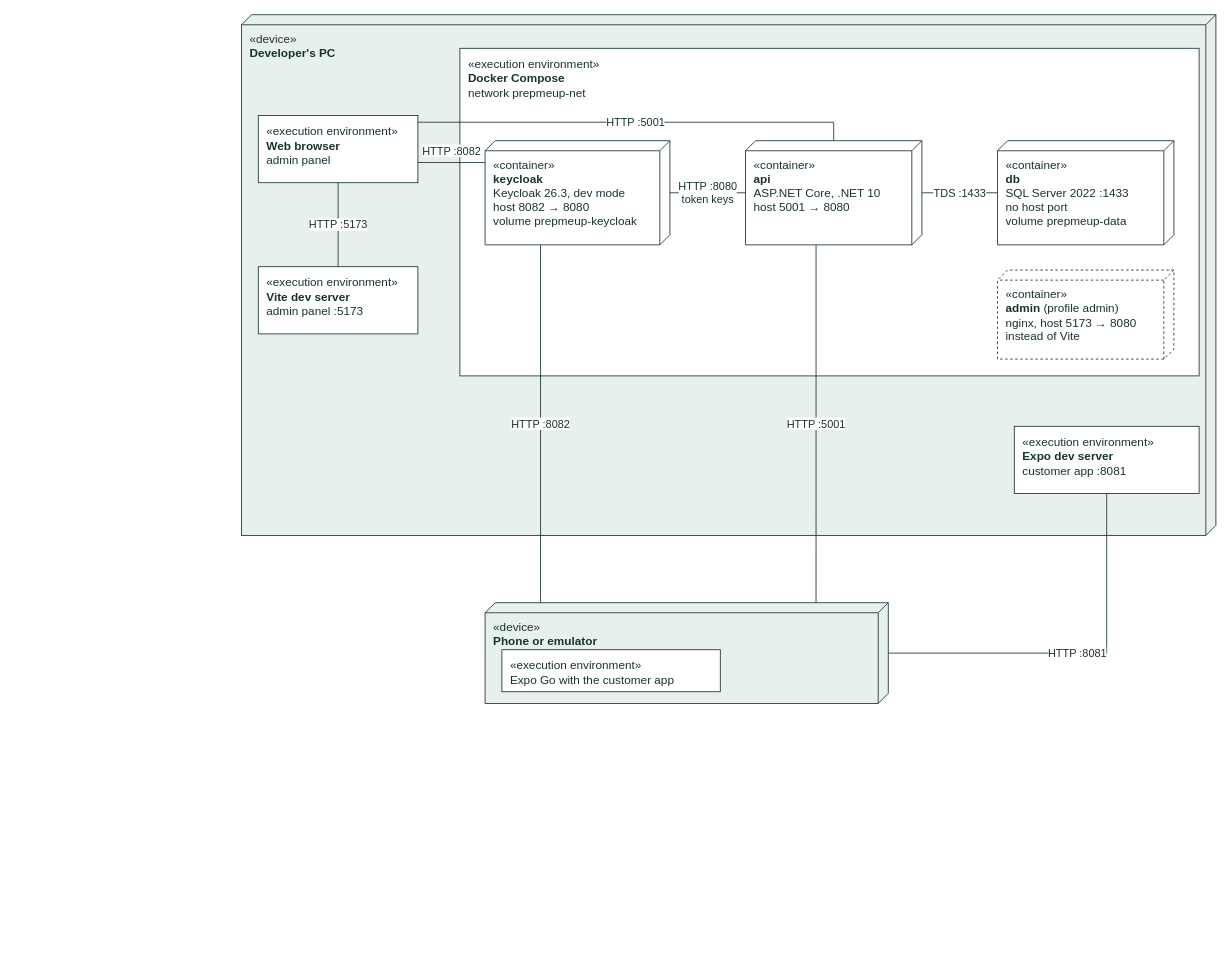
Above: docs/assets/drawio/deployment-local.drawio in Mosekjaer/prepmeup (draw.io), before the change. Source tidied: cells renumbered, new cells numbered last; positions are measured from the earlier drawing's top-left corner, leaving out a move shared by most shapes. Both pictures are drawn from the tidied source at 84%, with x=0, y=0 at pixel (241, 14).
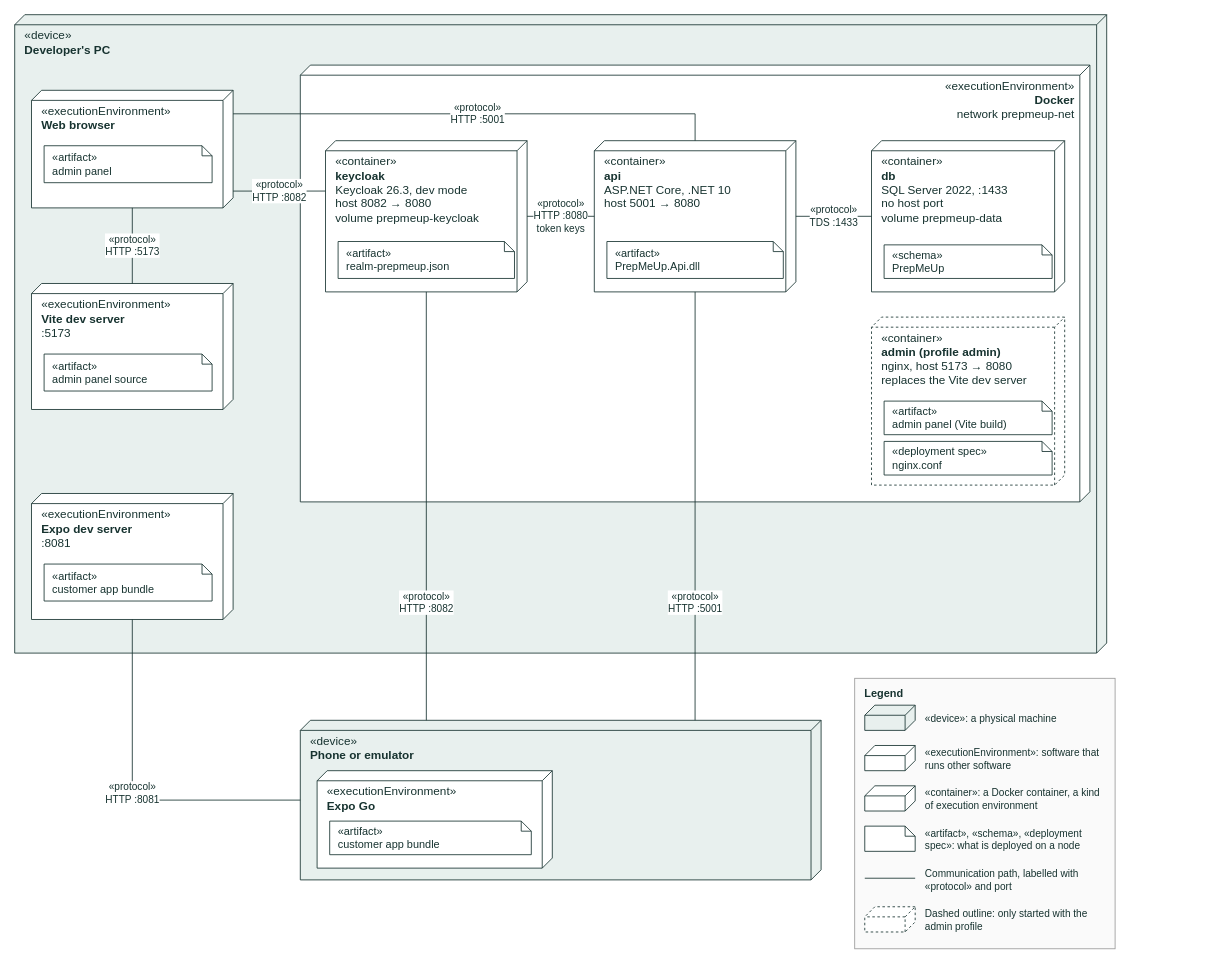
After the change.

Commit message (it also covers changes not shown here):
docs: redraw deployment diagrams in UML notation

Adds a legend, artifacts inside each container, «protocol» on every
communication path and «external service» for Cloudflare and GHCR, as in
the SW4SWD deployment diagram example. Production now shows Full (strict)
between Cloudflare and the Coolify proxy.

Diff of the diagram source:
```diff
@@
-    <mxCell id="2" value="«device»&lt;br&gt;&lt;b&gt;Developer's PC&lt;/b&gt;" style="shape=cube;size=12;flipH=1;whiteSpace=wrap;html=1;verticalAlign=top;align=left;spacingLeft=8;spacingTop=14;strokeColor=#173330;fontColor=#173330;fontSize=14;fillColor=#E8F0EE;" parent="1" vertex="1">
-      <mxGeometry width="1160" height="620" as="geometry" />
+    <mxCell id="2" value="«device»&lt;br&gt;&lt;b&gt;Developer's PC&lt;/b&gt;" style="shape=cube;size=12;flipH=1;verticalAlign=top;align=left;spacingLeft=10;spacingTop=10;fontSize=14;whiteSpace=wrap;html=1;strokeColor=#173330;fontColor=#173330;fillColor=#E8F0EE;" parent="1" vertex="1">
+      <mxGeometry x="-270" width="1300" height="760" as="geometry" />
     </mxCell>
-    <mxCell id="3" value="«execution environment»&lt;br&gt;&lt;b&gt;Web browser&lt;/b&gt;&lt;br&gt;admin panel" style="rounded=0;whiteSpace=wrap;html=1;verticalAlign=top;align=left;spacingLeft=8;spacingRight=8;spacingTop=4;strokeColor=#173330;fontColor=#173330;fontSize=14;fillColor=#FFFFFF;" parent="2" vertex="1">
-      <mxGeometry x="20" y="120" width="190" height="80" as="geometry" />
+    <mxCell id="3" value="«executionEnvironment»&lt;br&gt;&lt;b&gt;Web browser&lt;/b&gt;" style="shape=cube;size=12;flipH=1;verticalAlign=top;align=left;spacingLeft=10;spacingTop=10;fontSize=14;whiteSpace=wrap;html=1;strokeColor=#173330;fontColor=#173330;fillColor=#FFFFFF;" parent="2" vertex="1">
+      <mxGeometry x="20" y="90" width="240" height="140" as="geometry" />
     </mxCell>
+    <mxCell id="21" value="«artifact»&lt;br&gt;admin panel" style="shape=note;size=12;verticalAlign=middle;align=left;spacingLeft=8;fontSize=13;fillColor=#FFFFFF;whiteSpace=wrap;html=1;strokeColor=#173330;fontColor=#173330;" parent="3" vertex="1">
+      <mxGeometry x="15" y="66" width="200" height="44" as="geometry" />
+    </mxCell>
-    <mxCell id="4" value="«execution environment»&lt;br&gt;&lt;b&gt;Vite dev server&lt;/b&gt;&lt;br&gt;admin panel :5173" style="rounded=0;whiteSpace=wrap;html=1;verticalAlign=top;align=left;spacingLeft=8;spacingRight=8;spacingTop=4;strokeColor=#173330;fontColor=#173330;fontSize=14;fillColor=#FFFFFF;" parent="2" vertex="1">
-      <mxGeometry x="20" y="300" width="190" height="80" as="geometry" />
+    <mxCell id="4" value="«executionEnvironment»&lt;br&gt;&lt;b&gt;Vite dev server&lt;/b&gt;&lt;br&gt;:5173" style="shape=cube;size=12;flipH=1;verticalAlign=top;align=left;spacingLeft=10;spacingTop=10;fontSize=14;whiteSpace=wrap;html=1;strokeColor=#173330;fontColor=#173330;fillColor=#FFFFFF;" parent="2" vertex="1">
+      <mxGeometry x="20" y="320" width="240" height="150" as="geometry" />
     </mxCell>
-    <mxCell id="5" value="«execution environment»&lt;br&gt;&lt;b&gt;Expo dev server&lt;/b&gt;&lt;br&gt;customer app :8081" style="rounded=0;whiteSpace=wrap;html=1;verticalAlign=top;align=left;spacingLeft=8;spacingRight=8;spacingTop=4;strokeColor=#173330;fontColor=#173330;fontSize=14;fillColor=#FFFFFF;" parent="2" vertex="1">
-      <mxGeometry x="920" y="490" width="220" height="80" as="geometry" />
-    </mxCell>
-    <mxCell id="6" value="«execution environment»&lt;br&gt;&lt;b&gt;Docker Compose&lt;/b&gt;&lt;br&gt;network prepmeup-net" style="rounded=0;whiteSpace=wrap;html=1;verticalAlign=top;align=left;spacingLeft=8;spacingRight=8;spacingTop=4;strokeColor=#173330;fontColor=#173330;fontSize=14;fillColor=#FFFFFF;" parent="2" vertex="1">
-      <mxGeometry x="260" y="40" width="880" height="390" as="geometry" />
-    </mxCell>
+    <mxCell id="22" value="«artifact»&lt;br&gt;admin panel source" style="shape=note;size=12;verticalAlign=middle;align=left;spacingLeft=8;fontSize=13;fillColor=#FFFFFF;whiteSpace=wrap;html=1;strokeColor=#173330;fontColor=#173330;" parent="4" vertex="1">
+      <mxGeometry x="15" y="84" width="200" height="44" as="geometry" />
+    </mxCell>
+    <mxCell id="23" value="«executionEnvironment»&lt;br&gt;&lt;b&gt;Expo dev server&lt;/b&gt;&lt;br&gt;:8081" style="shape=cube;size=12;flipH=1;verticalAlign=top;align=left;spacingLeft=10;spacingTop=10;fontSize=14;whiteSpace=wrap;html=1;strokeColor=#173330;fontColor=#173330;fillColor=#FFFFFF;" parent="2" vertex="1">
+      <mxGeometry x="20" y="570" width="240" height="150" as="geometry" />
+    </mxCell>
+    <mxCell id="24" value="«artifact»&lt;br&gt;customer app bundle" style="shape=note;size=12;verticalAlign=middle;align=left;spacingLeft=8;fontSize=13;fillColor=#FFFFFF;whiteSpace=wrap;html=1;strokeColor=#173330;fontColor=#173330;" parent="23" vertex="1">
+      <mxGeometry x="15" y="84" width="200" height="44" as="geometry" />
+    </mxCell>
+    <mxCell id="25" value="«executionEnvironment»&lt;br&gt;&lt;b&gt;Docker&lt;/b&gt;&lt;br&gt;network prepmeup-net" style="shape=cube;size=12;flipH=1;verticalAlign=top;align=left;spacingLeft=10;spacingTop=10;fontSize=14;whiteSpace=wrap;html=1;strokeColor=#173330;fontColor=#173330;fillColor=#FFFFFF;align=right;spacingRight=16;" parent="2" vertex="1">
+      <mxGeometry x="340" y="60" width="940" height="520" as="geometry" />
+    </mxCell>
-    <mxCell id="7" value="«container»&lt;br&gt;&lt;b&gt;keycloak&lt;/b&gt;&lt;br&gt;Keycloak 26.3, dev mode&lt;br&gt;host 8082 → 8080&lt;br&gt;volume prepmeup-keycloak" style="shape=cube;size=12;flipH=1;whiteSpace=wrap;html=1;verticalAlign=top;align=left;spacingLeft=8;spacingTop=14;strokeColor=#173330;fontColor=#173330;fontSize=14;fillColor=#FFFFFF;" parent="6" vertex="1">
-      <mxGeometry x="30" y="110" width="220" height="124" as="geometry" />
+    <mxCell id="7" value="«container»&lt;br&gt;&lt;b&gt;keycloak&lt;/b&gt;&lt;br&gt;Keycloak 26.3, dev mode&lt;br&gt;host 8082 → 8080&lt;br&gt;volume prepmeup-keycloak" style="shape=cube;size=12;flipH=1;verticalAlign=top;align=left;spacingLeft=10;spacingTop=10;fontSize=14;whiteSpace=wrap;html=1;strokeColor=#173330;fontColor=#173330;fillColor=#FFFFFF;" parent="25" vertex="1">
+      <mxGeometry x="30" y="90" width="240" height="180" as="geometry" />
     </mxCell>
+    <mxCell id="26" value="«artifact»&lt;br&gt;realm-prepmeup.json" style="shape=note;size=12;verticalAlign=middle;align=left;spacingLeft=8;fontSize=13;fillColor=#FFFFFF;whiteSpace=wrap;html=1;strokeColor=#173330;fontColor=#173330;" parent="7" vertex="1">
+      <mxGeometry x="15" y="120" width="210" height="44" as="geometry" />
+    </mxCell>
-    <mxCell id="8" value="«container»&lt;br&gt;&lt;b&gt;api&lt;/b&gt;&lt;br&gt;ASP.NET Core, .NET 10&lt;br&gt;host 5001 → 8080" style="shape=cube;size=12;flipH=1;whiteSpace=wrap;html=1;verticalAlign=top;align=left;spacingLeft=8;spacingTop=14;strokeColor=#173330;fontColor=#173330;fontSize=14;fillColor=#FFFFFF;" parent="6" vertex="1">
-      <mxGeometry x="340" y="110" width="210" height="124" as="geometry" />
+    <mxCell id="8" value="«container»&lt;br&gt;&lt;b&gt;api&lt;/b&gt;&lt;br&gt;ASP.NET Core, .NET 10&lt;br&gt;host 5001 → 8080" style="shape=cube;size=12;flipH=1;verticalAlign=top;align=left;spacingLeft=10;spacingTop=10;fontSize=14;whiteSpace=wrap;html=1;strokeColor=#173330;fontColor=#173330;fillColor=#FFFFFF;" parent="25" vertex="1">
+      <mxGeometry x="350" y="90" width="240" height="180" as="geometry" />
     </mxCell>
+    <mxCell id="27" value="«artifact»&lt;br&gt;PrepMeUp.Api.dll" style="shape=note;size=12;verticalAlign=middle;align=left;spacingLeft=8;fontSize=13;fillColor=#FFFFFF;whiteSpace=wrap;html=1;strokeColor=#173330;fontColor=#173330;" parent="8" vertex="1">
+      <mxGeometry x="15" y="120" width="210" height="44" as="geometry" />
+    </mxCell>
-    <mxCell id="9" value="«container»&lt;br&gt;&lt;b&gt;db&lt;/b&gt;&lt;br&gt;SQL Server 2022 :1433&lt;br&gt;no host port&lt;br&gt;volume prepmeup-data" style="shape=cube;size=12;flipH=1;whiteSpace=wrap;html=1;verticalAlign=top;align=left;spacingLeft=8;spacingTop=14;strokeColor=#173330;fontColor=#173330;fontSize=14;fillColor=#FFFFFF;" parent="6" vertex="1">
-      <mxGeometry x="640" y="110" width="210" height="124" as="geometry" />
+    <mxCell id="9" value="«container»&lt;br&gt;&lt;b&gt;db&lt;/b&gt;&lt;br&gt;SQL Server 2022, :1433&lt;br&gt;no host port&lt;br&gt;volume prepmeup-data" style="shape=cube;size=12;flipH=1;verticalAlign=top;align=left;spacingLeft=10;spacingTop=10;fontSize=14;whiteSpace=wrap;html=1;strokeColor=#173330;fontColor=#173330;fillColor=#FFFFFF;" parent="25" vertex="1">
+      <mxGeometry x="680" y="90" width="230" height="180" as="geometry" />
     </mxCell>
+    <mxCell id="28" value="«schema»&lt;br&gt;PrepMeUp" style="shape=note;size=12;verticalAlign=middle;align=left;spacingLeft=8;fontSize=13;fillColor=#FFFFFF;whiteSpace=wrap;html=1;strokeColor=#173330;fontColor=#173330;" parent="9" vertex="1">
+      <mxGeometry x="15" y="124" width="200" height="40" as="geometry" />
+    </mxCell>
-    <mxCell id="10" value="«container»&lt;br&gt;&lt;b&gt;admin&lt;/b&gt; (profile admin)&lt;br&gt;nginx, host 5173 → 8080&lt;br&gt;instead of Vite" style="shape=cube;size=12;flipH=1;whiteSpace=wrap;html=1;verticalAlign=top;align=left;spacingLeft=8;spacingTop=14;strokeColor=#173330;fontColor=#173330;fontSize=14;fillColor=#FFFFFF;dashed=1;" parent="6" vertex="1">
-      <mxGeometry x="640" y="264" width="210" height="106" as="geometry" />
+    <mxCell id="10" value="«container»&lt;br&gt;&lt;b&gt;admin (profile admin)&lt;/b&gt;&lt;br&gt;nginx, host 5173 → 8080&lt;br&gt;replaces the Vite dev server" style="shape=cube;size=12;flipH=1;verticalAlign=top;align=left;spacingLeft=10;spacingTop=10;fontSize=14;whiteSpace=wrap;html=1;strokeColor=#173330;fontColor=#173330;fillColor=#FFFFFF;dashed=1;" parent="25" vertex="1">
+      <mxGeometry x="680" y="300" width="230" height="200" as="geometry" />
     </mxCell>
+    <mxCell id="29" value="«artifact»&lt;br&gt;admin panel (Vite build)" style="shape=note;size=12;verticalAlign=middle;align=left;spacingLeft=8;fontSize=13;fillColor=#FFFFFF;whiteSpace=wrap;html=1;strokeColor=#173330;fontColor=#173330;" parent="10" vertex="1">
+      <mxGeometry x="15" y="100" width="200" height="40" as="geometry" />
+    </mxCell>
+    <mxCell id="30" value="«deployment spec»&lt;br&gt;nginx.conf" style="shape=note;size=12;verticalAlign=middle;align=left;spacingLeft=8;fontSize=13;fillColor=#FFFFFF;whiteSpace=wrap;html=1;strokeColor=#173330;fontColor=#173330;" parent="10" vertex="1">
+      <mxGeometry x="15" y="148" width="200" height="40" as="geometry" />
+    </mxCell>
-    <mxCell id="11" value="«device»&lt;br&gt;&lt;b&gt;Phone or emulator&lt;/b&gt;" style="shape=cube;size=12;flipH=1;whiteSpace=wrap;html=1;verticalAlign=top;align=left;spacingLeft=8;spacingTop=14;strokeColor=#173330;fontColor=#173330;fontSize=14;fillColor=#E8F0EE;" parent="1" vertex="1">
-      <mxGeometry x="290" y="700" width="480" height="120" as="geometry" />
+    <mxCell id="11" value="«device»&lt;br&gt;&lt;b&gt;Phone or emulator&lt;/b&gt;" style="shape=cube;size=12;flipH=1;verticalAlign=top;align=left;spacingLeft=10;spacingTop=10;fontSize=14;whiteSpace=wrap;html=1;strokeColor=#173330;fontColor=#173330;fillColor=#E8F0EE;" parent="1" vertex="1">
+      <mxGeometry x="70" y="840" width="620" height="190" as="geometry" />
     </mxCell>
-    <mxCell id="12" value="«execution environment»&lt;br&gt;Expo Go with the customer app" style="rounded=0;whiteSpace=wrap;html=1;verticalAlign=top;align=left;spacingLeft=8;spacingRight=8;spacingTop=4;strokeColor=#173330;fontColor=#173330;fontSize=14;fillColor=#FFFFFF;" parent="11" vertex="1">
-      <mxGeometry x="20" y="56" width="260" height="50" as="geometry" />
-    </mxCell>
+    <mxCell id="31" value="«executionEnvironment»&lt;br&gt;&lt;b&gt;Expo Go&lt;/b&gt;" style="shape=cube;size=12;flipH=1;verticalAlign=top;align=left;spacingLeft=10;spacingTop=10;fontSize=14;whiteSpace=wrap;html=1;strokeColor=#173330;fontColor=#173330;fillColor=#FFFFFF;" parent="11" vertex="1">
+      <mxGeometry x="20" y="60" width="280" height="116" as="geometry" />
+    </mxCell>
+    <mxCell id="32" value="«artifact»&lt;br&gt;customer app bundle" style="shape=note;size=12;verticalAlign=middle;align=left;spacingLeft=8;fontSize=13;fillColor=#FFFFFF;whiteSpace=wrap;html=1;strokeColor=#173330;fontColor=#173330;" parent="31" vertex="1">
+      <mxGeometry x="15" y="60" width="240" height="40" as="geometry" />
+    </mxCell>
-    <mxCell id="13" value="HTTP :5173" style="edgeStyle=orthogonalEdgeStyle;rounded=0;html=1;endArrow=none;strokeColor=#173330;fontColor=#173330;fontSize=13;labelBackgroundColor=#FFFFFF;exitX=0.5;exitY=1;exitDx=0;exitDy=0;entryX=0.5;entryY=0;entryDx=0;entryDy=0;" parent="1" edge="1" source="3" target="4">
+    <mxCell id="13" value="«protocol»&lt;br&gt;HTTP :5173" style="edgeStyle=orthogonalEdgeStyle;rounded=0;jettySize=auto;html=1;endArrow=none;strokeColor=#173330;fontColor=#173330;fontSize=12;labelBackgroundColor=#FFFFFF;exitX=0.5;exitY=1;exitDx=0;exitDy=0;entryX=0.5;entryY=0;entryDx=0;entryDy=0;" parent="1" edge="1" source="3" target="4">
       <mxGeometry relative="1" as="geometry" />
     </mxCell>
+    <mxCell id="15" value="«protocol»&lt;br&gt;HTTP :8082" style="edgeStyle=orthogonalEdgeStyle;rounded=0;jettySize=auto;html=1;endArrow=none;strokeColor=#173330;fontColor=#173330;fontSize=12;labelBackgroundColor=#FFFFFF;exitX=1;exitY=0.857;exitDx=0;exitDy=0;entryX=0;entryY=0.333;entryDx=0;entryDy=0;" parent="1" edge="1" source="3" target="7">
+      <mxGeometry relative="1" as="geometry" />
+    </mxCell>
-    <mxCell id="14" value="HTTP :5001" style="edgeStyle=orthogonalEdgeStyle;rounded=0;html=1;endArrow=none;strokeColor=#173330;fontColor=#173330;fontSize=13;labelBackgroundColor=#FFFFFF;exitX=1;exitY=0.1;exitDx=0;exitDy=0;entryX=0.5;entryY=0;entryDx=0;entryDy=0;" parent="1" edge="1" source="3" target="8">
+    <mxCell id="14" value="«protocol»&lt;br&gt;HTTP :5001" style="edgeStyle=orthogonalEdgeStyle;rounded=0;jettySize=auto;html=1;endArrow=none;strokeColor=#173330;fontColor=#173330;fontSize=12;labelBackgroundColor=#FFFFFF;exitX=1;exitY=0.2;exitDx=0;exitDy=0;entryX=0.5;entryY=0;entryDx=0;entryDy=0;" parent="1" edge="1" source="3" target="8">
       <mxGeometry relative="1" as="geometry" />
     </mxCell>
-    <mxCell id="15" value="HTTP :8082" style="edgeStyle=orthogonalEdgeStyle;rounded=0;html=1;endArrow=none;strokeColor=#173330;fontColor=#173330;fontSize=13;labelBackgroundColor=#FFFFFF;exitX=1;exitY=0.7;exitDx=0;exitDy=0;entryX=0;entryY=0.2097;entryDx=0;entryDy=0;" parent="1" edge="1" source="3" target="7">
-      <mxGeometry relative="1" as="geometry">
-        <mxPoint y="-14" as="offset" />
-      </mxGeometry>
-    </mxCell>
+    <mxCell id="20" value="«protocol»&lt;br&gt;HTTP :8080&lt;br&gt;token keys" style="edgeStyle=orthogonalEdgeStyle;rounded=0;jettySize=auto;html=1;endArrow=none;strokeColor=#173330;fontColor=#173330;fontSize=12;labelBackgroundColor=#FFFFFF;exitX=0;exitY=0.5;exitDx=0;exitDy=0;entryX=1;entryY=0.5;entryDx=0;entryDy=0;" parent="1" edge="1" source="8" target="7">
+      <mxGeometry relative="1" as="geometry" />
+    </mxCell>
+    <mxCell id="19" value="«protocol»&lt;br&gt;TDS :1433" style="edgeStyle=orthogonalEdgeStyle;rounded=0;jettySize=auto;html=1;endArrow=none;strokeColor=#173330;fontColor=#173330;fontSize=12;labelBackgroundColor=#FFFFFF;exitX=1;exitY=0.5;exitDx=0;exitDy=0;entryX=0;entryY=0.5;entryDx=0;entryDy=0;" parent="1" edge="1" source="8" target="9">
+      <mxGeometry relative="1" as="geometry" />
+    </mxCell>
+    <mxCell id="33" value="«protocol»&lt;br&gt;HTTP :8081" style="edgeStyle=orthogonalEdgeStyle;rounded=0;jettySize=auto;html=1;endArrow=none;strokeColor=#173330;fontColor=#173330;fontSize=12;labelBackgroundColor=#FFFFFF;exitX=0;exitY=0.5;exitDx=0;exitDy=0;entryX=0.5;entryY=1;entryDx=0;entryDy=0;" parent="1" edge="1" source="11" target="23">
+      <mxGeometry relative="1" as="geometry" />
+    </mxCell>
-    <mxCell id="16" value="HTTP :8082" style="edgeStyle=orthogonalEdgeStyle;rounded=0;html=1;endArrow=none;strokeColor=#173330;fontColor=#173330;fontSize=13;labelBackgroundColor=#FFFFFF;exitX=0.1375;exitY=0;exitDx=0;exitDy=0;entryX=0.3;entryY=1;entryDx=0;entryDy=0;" parent="1" edge="1" source="11" target="7">
-      <mxGeometry relative="1" as="geometry" />
+    <mxCell id="16" value="«protocol»&lt;br&gt;HTTP :8082" style="edgeStyle=orthogonalEdgeStyle;rounded=0;jettySize=auto;html=1;endArrow=none;strokeColor=#173330;fontColor=#173330;fontSize=12;labelBackgroundColor=#FFFFFF;exitX=0.242;exitY=0;exitDx=0;exitDy=0;entryX=0.5;entryY=1;entryDx=0;entryDy=0;" parent="1" edge="1" source="11" target="7">
+      <mxGeometry x="-0.45" relative="1" as="geometry" />
     </mxCell>
-    <mxCell id="17" value="HTTP :5001" style="edgeStyle=orthogonalEdgeStyle;rounded=0;html=1;endArrow=none;strokeColor=#173330;fontColor=#173330;fontSize=13;labelBackgroundColor=#FFFFFF;exitX=0.8208;exitY=0;exitDx=0;exitDy=0;entryX=0.4;entryY=1;entryDx=0;entryDy=0;" parent="1" edge="1" source="11" target="8">
-      <mxGeometry relative="1" as="geometry" />
+    <mxCell id="17" value="«protocol»&lt;br&gt;HTTP :5001" style="edgeStyle=orthogonalEdgeStyle;rounded=0;jettySize=auto;html=1;endArrow=none;strokeColor=#173330;fontColor=#173330;fontSize=12;labelBackgroundColor=#FFFFFF;exitX=0.758;exitY=0;exitDx=0;exitDy=0;entryX=0.5;entryY=1;entryDx=0;entryDy=0;" parent="1" edge="1" source="11" target="8">
+      <mxGeometry x="-0.45" relative="1" as="geometry" />
     </mxCell>
-    <mxCell id="18" value="HTTP :8081" style="edgeStyle=orthogonalEdgeStyle;rounded=0;html=1;endArrow=none;strokeColor=#173330;fontColor=#173330;fontSize=13;labelBackgroundColor=#FFFFFF;exitX=1;exitY=0.5;exitDx=0;exitDy=0;entryX=0.5;entryY=1;entryDx=0;entryDy=0;" parent="1" edge="1" source="11" target="5">
-      <mxGeometry relative="1" as="geometry" />
-    </mxCell>
-    <mxCell id="19" value="TDS :1433" style="edgeStyle=orthogonalEdgeStyle;rounded=0;html=1;endArrow=none;strokeColor=#173330;fontColor=#173330;fontSize=13;labelBackgroundColor=#FFFFFF;exitX=1;exitY=0.5;exitDx=0;exitDy=0;entryX=0;entryY=0.5;entryDx=0;entryDy=0;" parent="1" edge="1" source="8" target="9">
-      <mxGeometry relative="1" as="geometry" />
-    </mxCell>
-    <mxCell id="20" value="HTTP :8080&lt;br&gt;token keys" style="edgeStyle=orthogonalEdgeStyle;rounded=0;html=1;endArrow=none;strokeColor=#173330;fontColor=#173330;fontSize=13;labelBackgroundColor=#FFFFFF;exitX=0;exitY=0.5;exitDx=0;exitDy=0;entryX=1;entryY=0.5;entryDx=0;entryDy=0;" parent="1" edge="1" source="8" target="7">
-      <mxGeometry relative="1" as="geometry" />
-    </mxCell>
+    <mxCell id="34" value="Legend" style="rounded=0;html=1;whiteSpace=wrap;verticalAlign=top;align=left;spacingLeft=10;spacingTop=4;fontStyle=1;fontSize=13;fillColor=#FAFAFA;strokeColor=#999999;fontColor=#173330;" parent="1" vertex="1">
+      <mxGeometry x="730" y="790" width="310" height="322" as="geometry" />
+    </mxCell>
+    <mxCell id="35" style="shape=cube;size=12;flipH=1;verticalAlign=top;align=left;spacingLeft=2;spacingTop=2;fontSize=10;whiteSpace=wrap;html=1;strokeColor=#173330;fontColor=#173330;fillColor=#E8F0EE;" parent="34" vertex="1">
+      <mxGeometry x="12" y="32" width="60" height="30" as="geometry" />
+    </mxCell>
+    <mxCell id="36" value="«device»: a physical machine" style="text;html=1;align=left;verticalAlign=middle;whiteSpace=wrap;fontSize=12;fontColor=#173330;" parent="34" vertex="1">
+      <mxGeometry x="82" y="26" width="220" height="44" as="geometry" />
+    </mxCell>
+    <mxCell id="37" style="shape=cube;size=12;flipH=1;verticalAlign=top;align=left;spacingLeft=2;spacingTop=2;fontSize=10;whiteSpace=wrap;html=1;strokeColor=#173330;fontColor=#173330;fillColor=#FFFFFF;" parent="34" vertex="1">
+      <mxGeometry x="12" y="80" width="60" height="30" as="geometry" />
+    </mxCell>
+    <mxCell id="38" value="«executionEnvironment»: software that runs other software" style="text;html=1;align=left;verticalAlign=middle;whiteSpace=wrap;fontSize=12;fontColor=#173330;" parent="34" vertex="1">
+      <mxGeometry x="82" y="74" width="220" height="44" as="geometry" />
+    </mxCell>
+    <mxCell id="39" style="shape=cube;size=12;flipH=1;verticalAlign=top;align=left;spacingLeft=2;spacingTop=2;fontSize=10;whiteSpace=wrap;html=1;strokeColor=#173330;fontColor=#173330;fillColor=#FFFFFF;" parent="34" vertex="1">
+      <mxGeometry x="12" y="128" width="60" height="30" as="geometry" />
+    </mxCell>
+    <mxCell id="40" value="«container»: a Docker container, a kind of execution environment" style="text;html=1;align=left;verticalAlign=middle;whiteSpace=wrap;fontSize=12;fontColor=#173330;" parent="34" vertex="1">
+      <mxGeometry x="82" y="122" width="220" height="44" as="geometry" />
+    </mxCell>
+    <mxCell id="41" style="shape=note;size=12;verticalAlign=middle;align=left;spacingLeft=8;fontSize=10;fillColor=#FFFFFF;whiteSpace=wrap;html=1;strokeColor=#173330;fontColor=#173330;" parent="34" vertex="1">
+      <mxGeometry x="12" y="176" width="60" height="30" as="geometry" />
+    </mxCell>
+    <mxCell id="42" value="«artifact», «schema», «deployment spec»: what is deployed on a node" style="text;html=1;align=left;verticalAlign=middle;whiteSpace=wrap;fontSize=12;fontColor=#173330;" parent="34" vertex="1">
+      <mxGeometry x="82" y="170" width="220" height="44" as="geometry" />
+    </mxCell>
+    <mxCell id="43" style="edgeStyle=orthogonalEdgeStyle;rounded=0;orthogonalLoop=1;jettySize=auto;html=1;endArrow=none;strokeColor=#173330;fontColor=#173330;fontSize=12;labelBackgroundColor=#FFFFFF;" parent="34" edge="1">
+      <mxGeometry relative="1" as="geometry">
+        <mxPoint x="12" y="238" as="sourcePoint" />
+        <mxPoint x="72" y="238" as="targetPoint" />
+      </mxGeometry>
+    </mxCell>
+    <mxCell id="44" value="Communication path, labelled with «protocol» and port" style="text;html=1;align=left;verticalAlign=middle;whiteSpace=wrap;fontSize=12;fontColor=#173330;" parent="34" vertex="1">
+      <mxGeometry x="82" y="218" width="220" height="44" as="geometry" />
+    </mxCell>
+    <mxCell id="45" style="shape=cube;size=12;flipH=1;verticalAlign=top;align=left;spacingLeft=2;spacingTop=2;fontSize=10;whiteSpace=wrap;html=1;strokeColor=#173330;fontColor=#173330;fillColor=#FFFFFF;dashed=1;" parent="34" vertex="1">
+      <mxGeometry x="12" y="272" width="60" height="30" as="geometry" />
+    </mxCell>
+    <mxCell id="46" value="Dashed outline: only started with the admin profile" style="text;html=1;align=left;verticalAlign=middle;whiteSpace=wrap;fontSize=12;fontColor=#173330;" parent="34" vertex="1">
+      <mxGeometry x="82" y="266" width="220" height="44" as="geometry" />
+    </mxCell>
```
